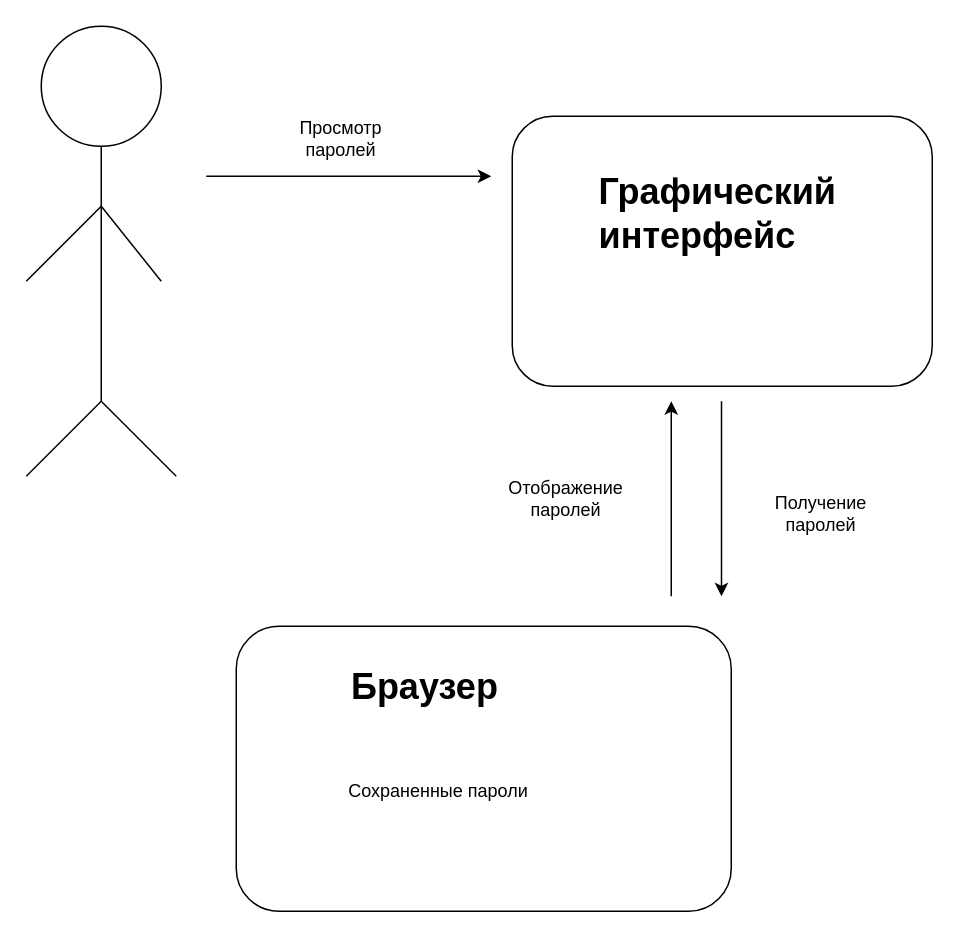
Before: Схема проекта.drawio in IvanMedvedev11/project_webbrowsers, a draw.io diagram. Source tidied: cells renumbered, new cells numbered last; positions are measured from the earlier drawing's top-left corner, leaving out a move shared by most shapes. Both pictures are drawn from the tidied source at 150%, with x=0, y=0 at pixel (26, 26).
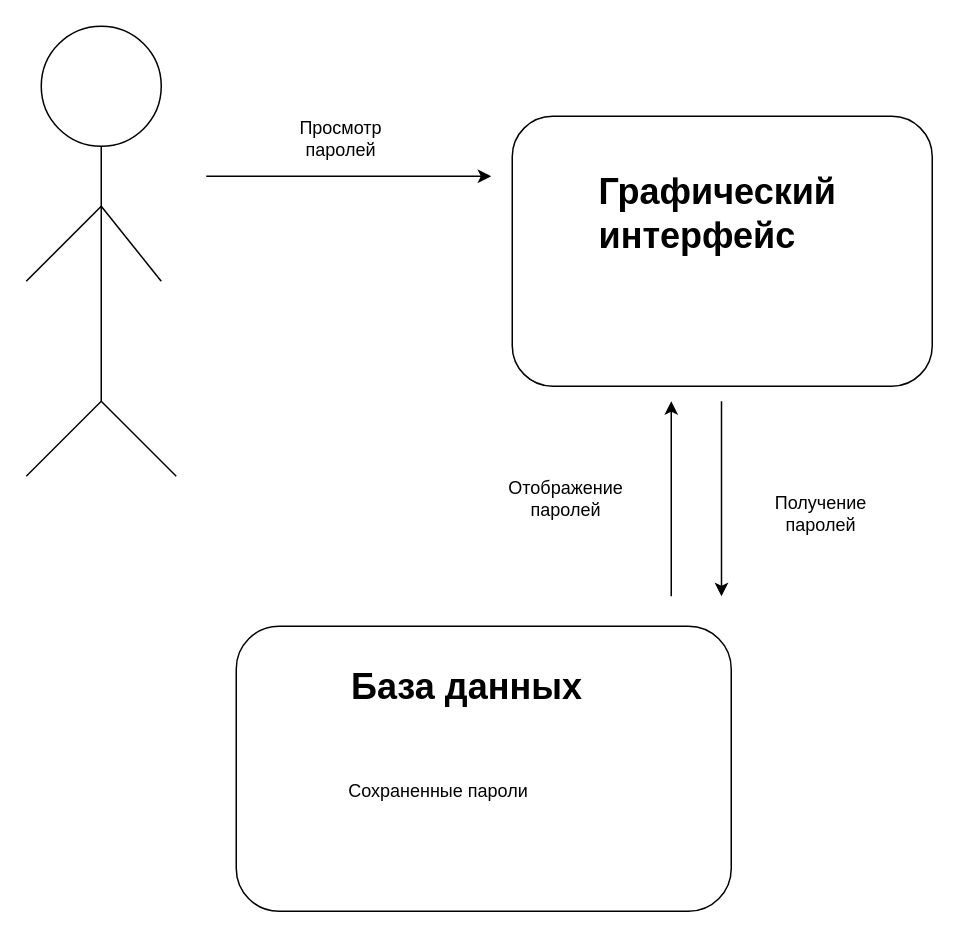
The same diagram, later.

Diff of the diagram source:
```diff
@@
-    <mxCell id="17" value="&lt;h1 style=&quot;margin-top: 0px;&quot;&gt;Браузер&lt;/h1&gt;" style="text;html=1;whiteSpace=wrap;overflow=hidden;rounded=0;" parent="1" vertex="1">
+    <mxCell id="17" value="&lt;h1 style=&quot;margin-top: 0px;&quot;&gt;База данных&lt;/h1&gt;" style="text;html=1;whiteSpace=wrap;overflow=hidden;rounded=0;" parent="1" vertex="1">
       <mxGeometry x="215" y="420" width="180" height="120" as="geometry" />
     </mxCell>
```
